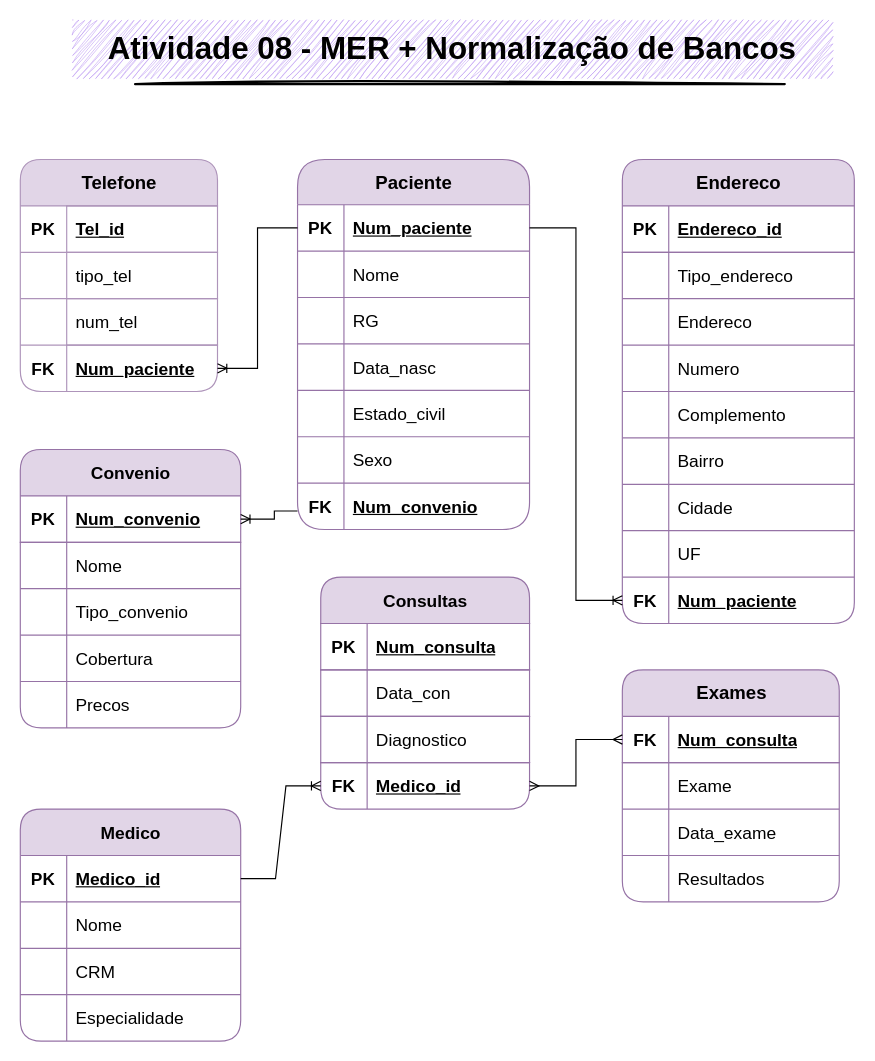
Above: Atividade 08/Atividade/Atividade08.drawio in stxrkwas/BD-I (draw.io), before the change. Source tidied: cells renumbered, new cells numbered last; positions are measured from the earlier drawing's top-left corner, leaving out a move shared by most shapes. Both pictures are drawn from the tidied source at 116%, with x=0, y=0 at pixel (20, 20).
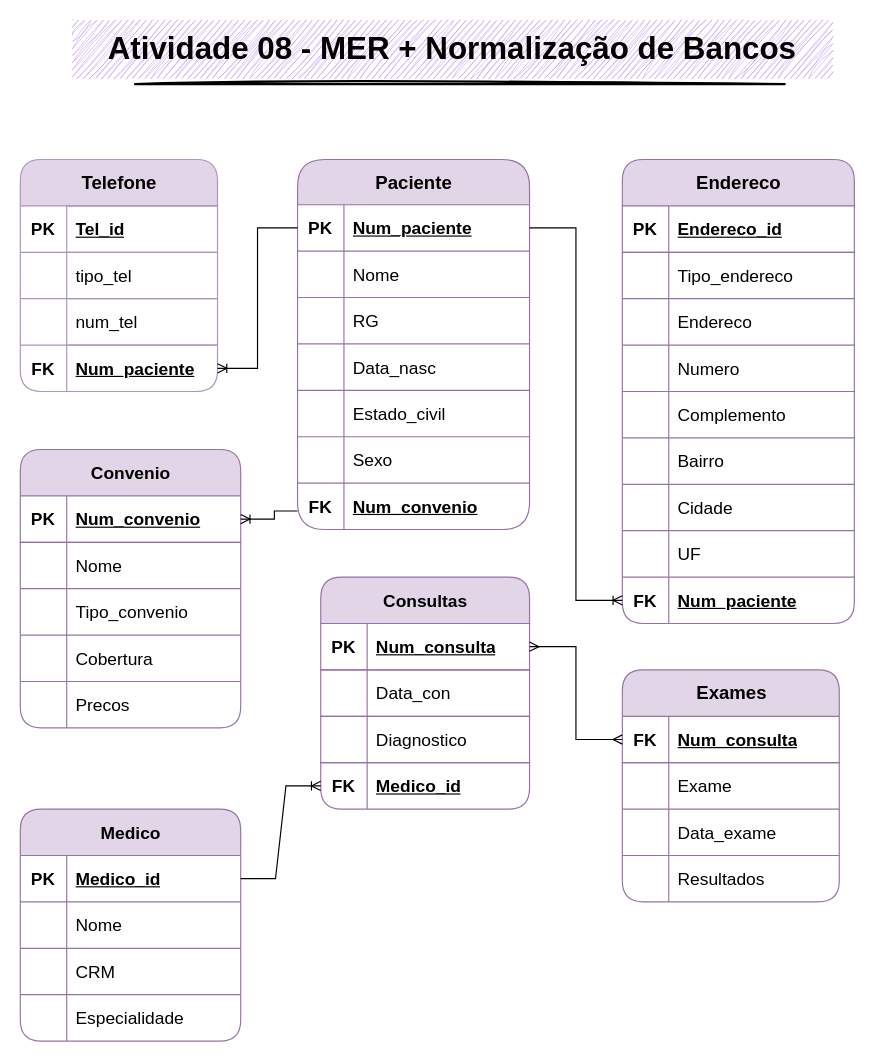
The same diagram, later.

The change refers to these unchanged cells:
```xml
<mxCell id="84" style="shape=tableRow;horizontal=0;startSize=0;swimlaneHead=0;swimlaneBody=0;fillColor=none;points=[[0,0.5],[1,0.5]];portConstraint=eastwest;top=1;left=0;right=0;bottom=0;fontSize=15;fontFamily=Poppins;strokeColor=#9673a6;" parent="83" vertex="1">
  <mxGeometry y="40" width="180" height="40" as="geometry" />
</mxCell>
<mxCell id="93" style="shape=tableRow;horizontal=0;startSize=0;swimlaneHead=0;swimlaneBody=0;fillColor=none;points=[[0,0.5],[1,0.5]];portConstraint=eastwest;top=1;left=0;right=0;bottom=0;fontSize=15;fontFamily=Poppins;strokeColor=#9673a6;" parent="83" vertex="1">
  <mxGeometry y="160" width="180" height="40" as="geometry" />
</mxCell>
<mxCell id="97" style="shape=tableRow;horizontal=0;startSize=0;swimlaneHead=0;swimlaneBody=0;fillColor=none;points=[[0,0.5],[1,0.5]];portConstraint=eastwest;top=0;left=0;right=0;bottom=1;strokeColor=#9673a6;fontFamily=Poppins;fontSize=15;" parent="96" vertex="1">
  <mxGeometry y="40" width="187" height="40" as="geometry" />
</mxCell>
```

Diff of the diagram source:
```diff
@@
-    <mxCell id="126" style="edgeStyle=elbowEdgeStyle;fontSize=12;html=1;endArrow=ERmany;startArrow=ERmany;rounded=0;exitX=1;exitY=0.5;exitDx=0;exitDy=0;entryX=0;entryY=0.5;entryDx=0;entryDy=0;" parent="1" edge="1" source="93" target="97">
+    <mxCell id="126" style="edgeStyle=elbowEdgeStyle;fontSize=12;html=1;endArrow=ERmany;startArrow=ERmany;rounded=0;exitX=1;exitY=0.5;exitDx=0;exitDy=0;entryX=0;entryY=0.5;entryDx=0;entryDy=0;" parent="1" edge="1" source="84" target="97">
       <mxGeometry relative="1" as="geometry" />
     </mxCell>
```
